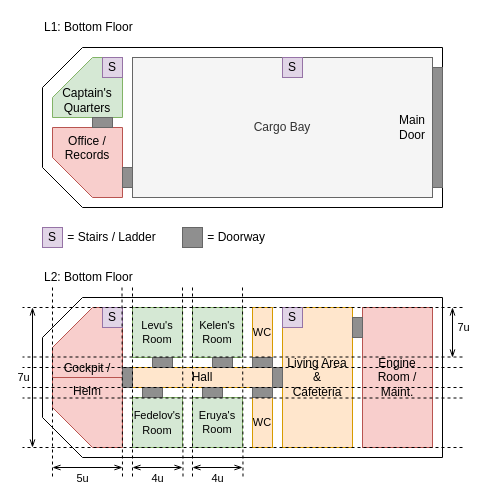
Before: DOCS/Ship_Layout.drawio in long-schlong-gang/codename_bonkhonagahoogs, a draw.io diagram. Source tidied: cells renumbered, new cells numbered last; positions are measured from the earlier drawing's top-left corner, leaving out a move shared by most shapes. Both pictures are drawn from the tidied source at 100%, with x=0, y=0 at pixel (22, 17).
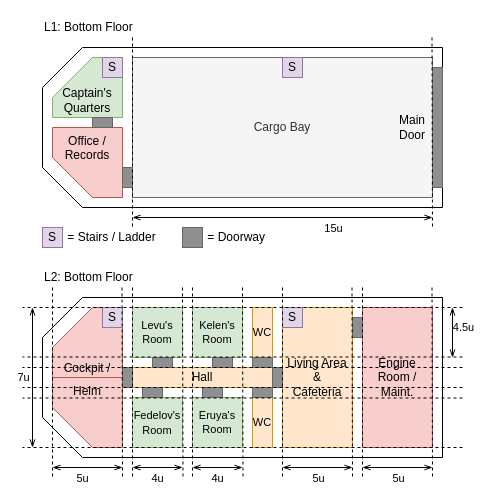
After the change.

Commit message (it also covers changes not shown here):
Finished Basic ship layout and began adding dialogue entities to world

Unchanged cells that the change refers to:
```xml
<mxCell id="44" style="endArrow=openThin;html=1;startArrow=openThin;startFill=0;endFill=0;" parent="1" edge="1">
  <mxGeometry relative="1" as="geometry">
    <mxPoint x="430" y="340" as="sourcePoint" />
    <mxPoint x="430" y="290" as="targetPoint" />
  </mxGeometry>
</mxCell>
```

The edit, as a diff of the source:
```diff
@@
-    <mxCell id="45" value="7u" style="edgeLabel;html=1;align=center;verticalAlign=middle;" parent="44" vertex="1">
+    <mxCell id="45" value="4.5u" style="edgeLabel;html=1;align=center;verticalAlign=middle;" parent="44" vertex="1">
       <mxGeometry x="-0.12" relative="1" as="geometry">
         <mxPoint x="10" y="-8.1" as="offset" />
       </mxGeometry>
     </mxCell>
@@
+    <mxCell id="63" style="endArrow=openThin;html=1;startArrow=openThin;startFill=0;endFill=0;" parent="1" edge="1">
+      <mxGeometry relative="1" as="geometry">
+        <mxPoint x="330" y="450" as="sourcePoint" />
+        <mxPoint x="260" y="450" as="targetPoint" />
+      </mxGeometry>
+    </mxCell>
+    <mxCell id="64" value="5u" style="edgeLabel;html=1;align=center;verticalAlign=middle;" parent="63" vertex="1">
+      <mxGeometry x="-0.12" relative="1" as="geometry">
+        <mxPoint x="-3.1" y="10" as="offset" />
+      </mxGeometry>
+    </mxCell>
+    <mxCell id="65" style="endArrow=none;dashed=1;html=1;" parent="1" edge="1">
+      <mxGeometry relative="1" as="geometry">
+        <mxPoint x="260" y="270" as="sourcePoint" />
+        <mxPoint x="260" y="460" as="targetPoint" />
+      </mxGeometry>
+    </mxCell>
+    <mxCell id="66" style="endArrow=none;dashed=1;html=1;" parent="1" edge="1">
+      <mxGeometry relative="1" as="geometry">
+        <mxPoint x="329.5" y="270" as="sourcePoint" />
+        <mxPoint x="330" y="460" as="targetPoint" />
+      </mxGeometry>
+    </mxCell>
+    <mxCell id="67" style="endArrow=openThin;html=1;startArrow=openThin;startFill=0;endFill=0;" parent="1" edge="1">
+      <mxGeometry relative="1" as="geometry">
+        <mxPoint x="410" y="450" as="sourcePoint" />
+        <mxPoint x="340" y="450" as="targetPoint" />
+      </mxGeometry>
+    </mxCell>
+    <mxCell id="68" value="5u" style="edgeLabel;html=1;align=center;verticalAlign=middle;" parent="67" vertex="1">
+      <mxGeometry x="-0.12" relative="1" as="geometry">
+        <mxPoint x="-3.1" y="10" as="offset" />
+      </mxGeometry>
+    </mxCell>
+    <mxCell id="69" style="endArrow=none;dashed=1;html=1;" parent="1" edge="1">
+      <mxGeometry relative="1" as="geometry">
+        <mxPoint x="340" y="270" as="sourcePoint" />
+        <mxPoint x="340" y="460" as="targetPoint" />
+      </mxGeometry>
+    </mxCell>
+    <mxCell id="70" style="endArrow=none;dashed=1;html=1;" parent="1" edge="1">
+      <mxGeometry relative="1" as="geometry">
+        <mxPoint x="409.5" y="270" as="sourcePoint" />
+        <mxPoint x="410" y="460" as="targetPoint" />
+      </mxGeometry>
+    </mxCell>
+    <mxCell id="71" style="endArrow=openThin;html=1;startArrow=openThin;startFill=0;endFill=0;" parent="1" edge="1">
+      <mxGeometry relative="1" as="geometry">
+        <mxPoint x="410" y="200" as="sourcePoint" />
+        <mxPoint x="110" y="200" as="targetPoint" />
+      </mxGeometry>
+    </mxCell>
+    <mxCell id="72" value="15u" style="edgeLabel;html=1;align=center;verticalAlign=middle;" parent="71" vertex="1">
+      <mxGeometry x="-0.12" relative="1" as="geometry">
+        <mxPoint x="32" y="10" as="offset" />
+      </mxGeometry>
+    </mxCell>
+    <mxCell id="73" style="endArrow=none;dashed=1;html=1;" parent="1" edge="1">
+      <mxGeometry relative="1" as="geometry">
+        <mxPoint x="110" y="20" as="sourcePoint" />
+        <mxPoint x="110" y="210" as="targetPoint" />
+      </mxGeometry>
+    </mxCell>
+    <mxCell id="74" style="endArrow=none;dashed=1;html=1;" parent="1" edge="1">
+      <mxGeometry relative="1" as="geometry">
+        <mxPoint x="409.5" y="20" as="sourcePoint" />
+        <mxPoint x="410" y="210" as="targetPoint" />
+      </mxGeometry>
+    </mxCell>
```
